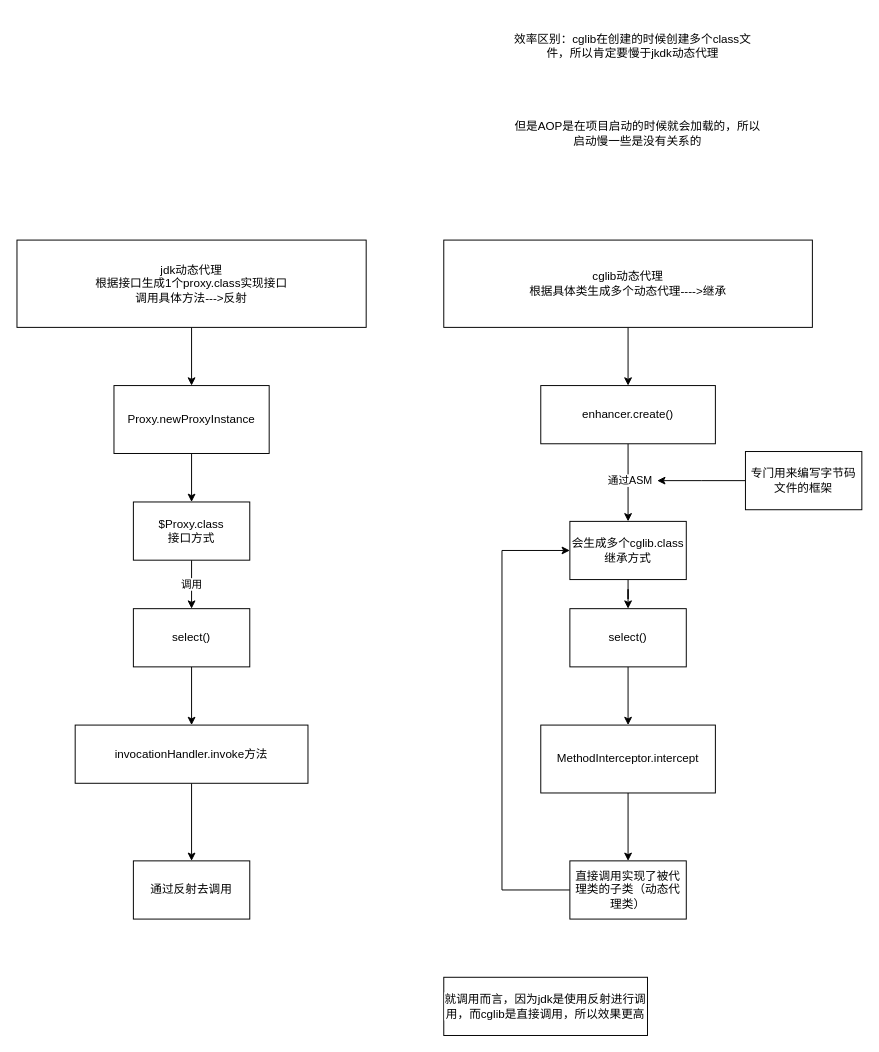
qudehu/draw keeps this draw.io diagram as 动态代理.drawio. Above is the earlier version. Source tidied: cells renumbered, new cells numbered last; positions are measured from the earlier drawing's top-left corner, leaving out a move shared by most shapes. Both pictures are drawn from the tidied source at 97%, with x=0, y=0 at pixel (16, 16).
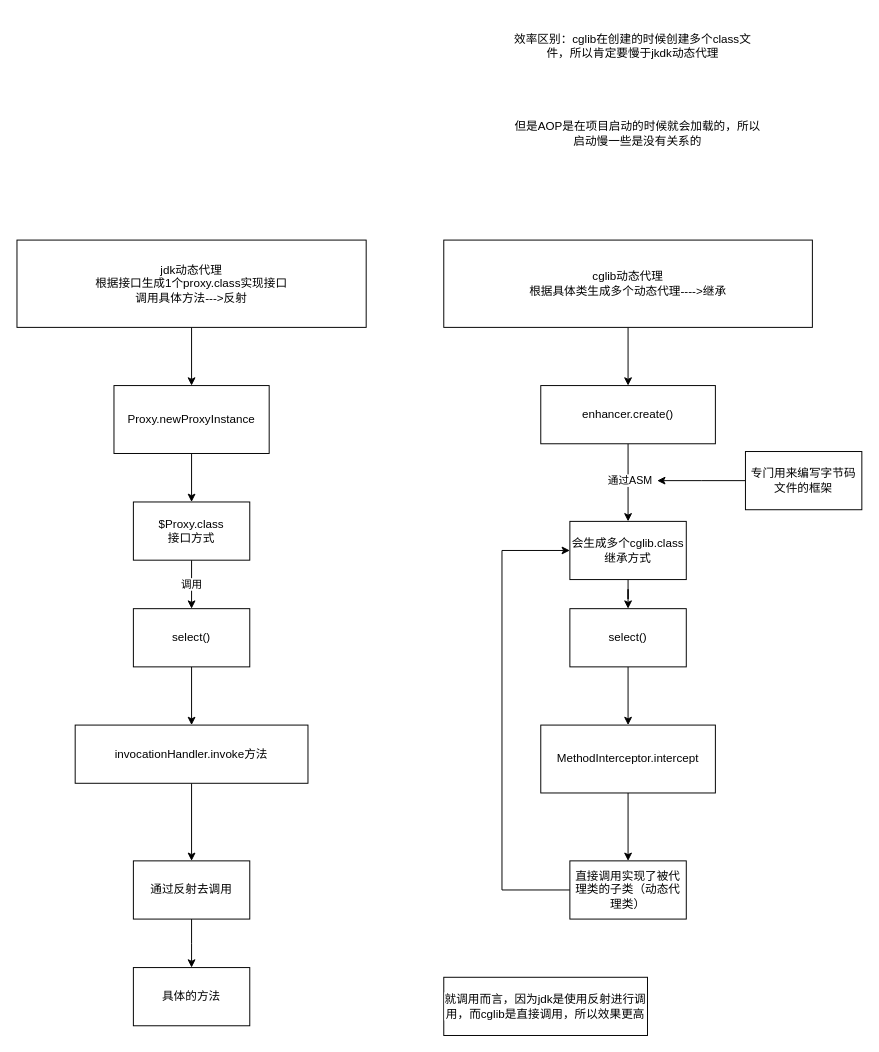
The same diagram, later.

Commit message:
更新动态代理.drawio

Unchanged cells that the change refers to:
```xml
<mxCell id="17" value="通过反射去调用" style="whiteSpace=wrap;html=1;rounded=0;" parent="1" vertex="1">
  <mxGeometry x="120" y="870" width="120" height="60" as="geometry" />
</mxCell>
```

Change to the diagram source:
```diff
@@
+    <mxCell id="31" style="edgeStyle=elbowEdgeStyle;rounded=0;jettySize=auto;html=1;exitX=0.5;exitY=1;exitDx=0;exitDy=0;" parent="1" edge="1" source="17" target="32">
+      <mxGeometry relative="1" as="geometry" />
+    </mxCell>
@@
+    <mxCell id="32" value="具体的方法" style="rounded=0;whiteSpace=wrap;html=1;labelBackgroundColor=#FFFFFF;" parent="1" vertex="1">
+      <mxGeometry x="120" y="980" width="120" height="60" as="geometry" />
+    </mxCell>
```
